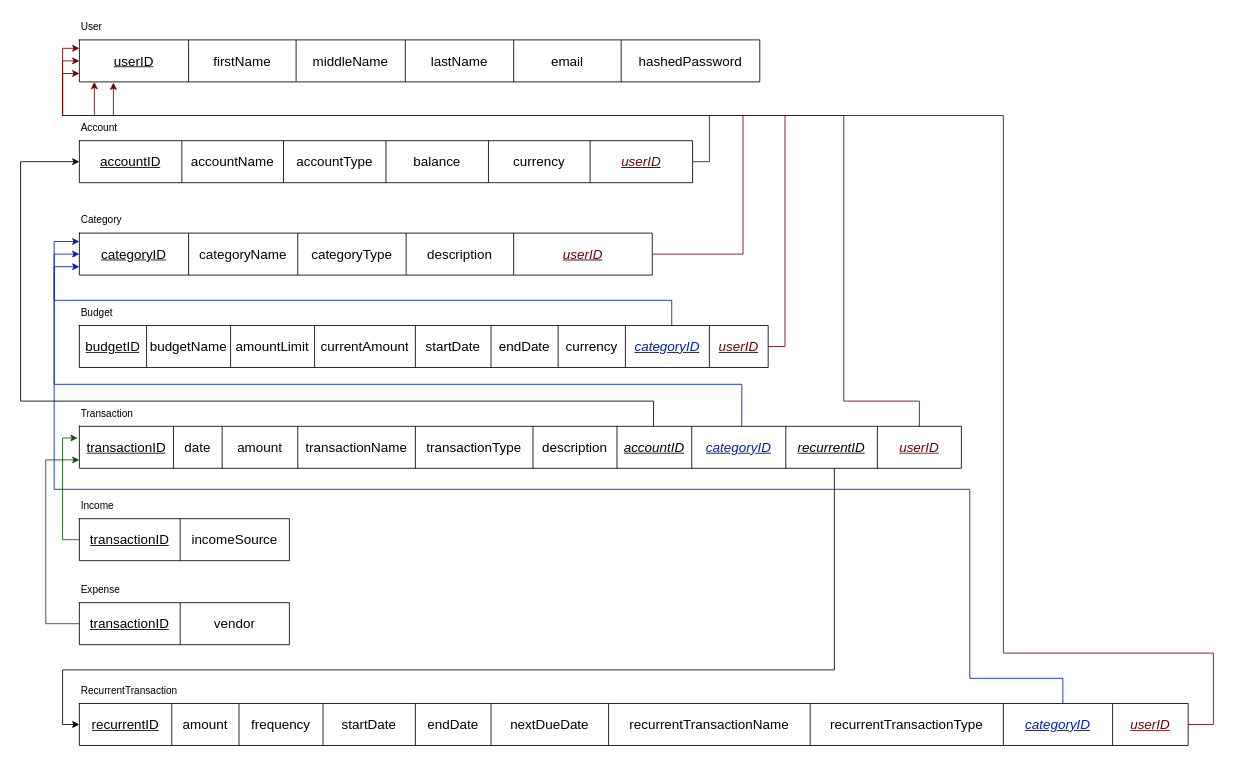
lance-enario/draw-io-diagrams keeps this draw.io diagram as Untitled Diagram.drawio. Above is the earlier version. Source tidied: cells renumbered, new cells numbered last; positions are measured from the earlier drawing's top-left corner, leaving out a move shared by most shapes. Both pictures are drawn from the tidied source at 84%, with x=0, y=0 at pixel (20, 14).
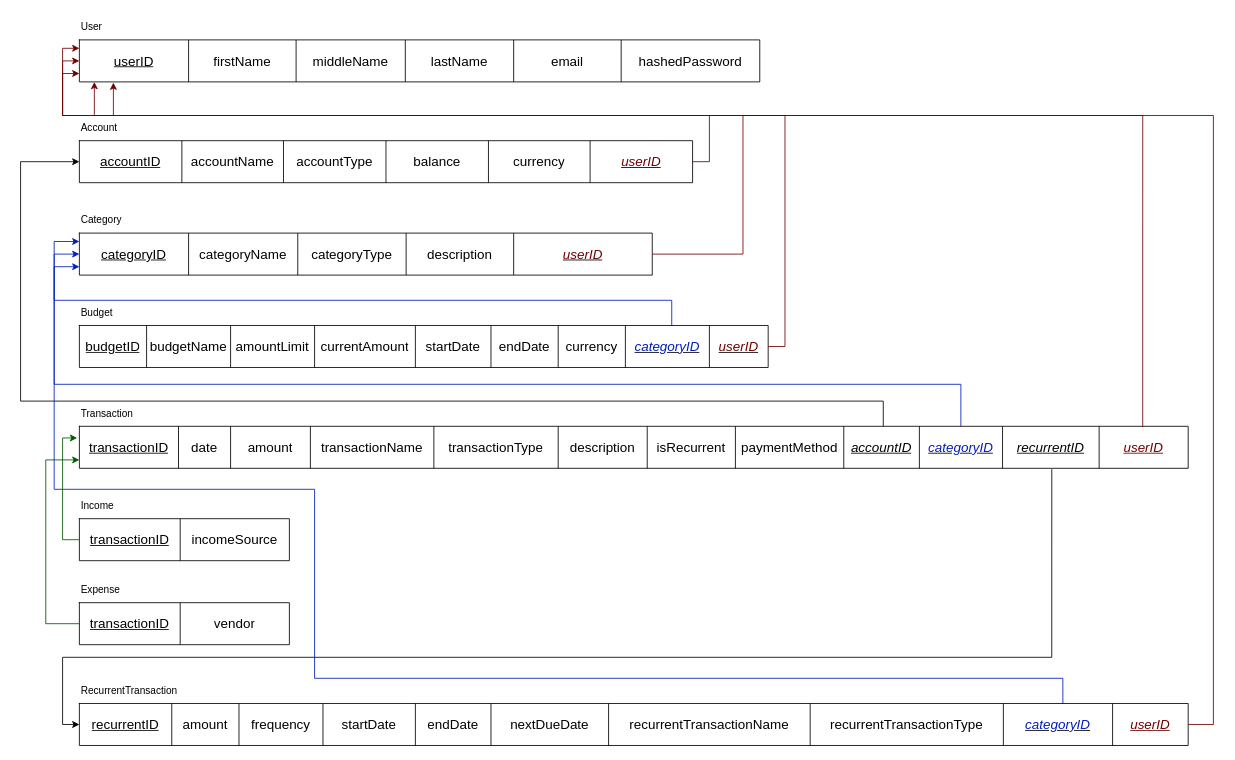
After the change.

The change refers to these unchanged cells:
```xml
<mxCell id="3" style="shape=tableRow;horizontal=0;startSize=0;swimlaneHead=0;swimlaneBody=0;strokeColor=inherit;top=0;left=0;bottom=0;right=0;fillColor=none;points=[[0,0.5],[1,0.5]];portConstraint=eastwest;fontSize=16;" parent="2" vertex="1">
  <mxGeometry width="730" height="50" as="geometry" />
</mxCell>
<mxCell id="11" style="shape=tableRow;horizontal=0;startSize=0;swimlaneHead=0;swimlaneBody=0;strokeColor=inherit;top=0;left=0;bottom=0;right=0;fillColor=none;points=[[0,0.5],[1,0.5]];portConstraint=eastwest;fontSize=16;" parent="10" vertex="1">
  <mxGeometry width="810" height="50" as="geometry" />
</mxCell>
<mxCell id="19" style="shape=tableRow;horizontal=0;startSize=0;swimlaneHead=0;swimlaneBody=0;strokeColor=inherit;top=0;left=0;bottom=0;right=0;fillColor=none;points=[[0,0.5],[1,0.5]];portConstraint=eastwest;fontSize=16;" parent="18" vertex="1">
  <mxGeometry width="682" height="50" as="geometry" />
</mxCell>
<mxCell id="68" style="shape=tableRow;horizontal=0;startSize=0;swimlaneHead=0;swimlaneBody=0;strokeColor=inherit;top=0;left=0;bottom=0;right=0;fillColor=none;points=[[0,0.5],[1,0.5]];portConstraint=eastwest;fontSize=16;" parent="67" vertex="1">
  <mxGeometry width="1320" height="50" as="geometry" />
</mxCell>
```

Diff of the diagram source:
```diff
@@
-    <mxCell id="36" style="edgeStyle=orthogonalEdgeStyle;rounded=0;jettySize=auto;html=1;exitX=0.856;exitY=0.98;exitDx=0;exitDy=0;exitPerimeter=0;" parent="1" edge="1" source="40" target="68">
+    <mxCell id="36" style="edgeStyle=orthogonalEdgeStyle;rounded=0;jettySize=auto;html=1;exitX=0.877;exitY=1.02;exitDx=0;exitDy=0;exitPerimeter=0;" parent="1" edge="1" source="40" target="68">
       <mxGeometry relative="1" as="geometry">
         <Array as="points">
-          <mxPoint x="969" y="780" />
-          <mxPoint x="50" y="780" />
+          <mxPoint x="1228" y="765" />
+          <mxPoint x="50" y="765" />
           <mxPoint x="50" y="845" />
         </Array>
       </mxGeometry>
     </mxCell>
-    <mxCell id="37" style="edgeStyle=orthogonalEdgeStyle;rounded=0;jettySize=auto;html=1;entryX=0;entryY=0.2;entryDx=0;entryDy=0;exitX=0.751;exitY=0.004;exitDx=0;exitDy=0;exitPerimeter=0;entryPerimeter=0;fillColor=#0050ef;strokeColor=#001DBC;" parent="1" edge="1" source="40" target="19">
+    <mxCell id="37" style="edgeStyle=orthogonalEdgeStyle;rounded=0;jettySize=auto;html=1;entryX=0;entryY=0.2;entryDx=0;entryDy=0;exitX=0.795;exitY=0.004;exitDx=0;exitDy=0;exitPerimeter=0;entryPerimeter=0;fillColor=#0050ef;strokeColor=#001DBC;" parent="1" edge="1" source="40" target="19">
       <mxGeometry relative="1" as="geometry">
         <Array as="points">
-          <mxPoint x="859" y="440" />
+          <mxPoint x="1119" y="440" />
           <mxPoint x="40" y="440" />
           <mxPoint x="40" y="270" />
         </Array>
       </mxGeometry>
     </mxCell>
-    <mxCell id="38" style="edgeStyle=orthogonalEdgeStyle;rounded=0;jettySize=auto;html=1;entryX=0;entryY=0.5;entryDx=0;entryDy=0;exitX=0.651;exitY=0.02;exitDx=0;exitDy=0;exitPerimeter=0;" parent="1" edge="1" source="40" target="3">
+    <mxCell id="38" style="edgeStyle=orthogonalEdgeStyle;rounded=0;jettySize=auto;html=1;entryX=0;entryY=0.5;entryDx=0;entryDy=0;exitX=0.725;exitY=0.016;exitDx=0;exitDy=0;exitPerimeter=0;" parent="1" edge="1" source="40" target="3">
       <mxGeometry relative="1" as="geometry">
         <Array as="points">
-          <mxPoint x="754" y="460" />
+          <mxPoint x="1027" y="460" />
           <mxPoint y="460" />
           <mxPoint y="175" />
         </Array>
       </mxGeometry>
     </mxCell>
     <mxCell id="39" style="shape=table;startSize=0;childLayout=tableLayout;fontSize=16;fontStyle=0;" parent="1" vertex="1">
-      <mxGeometry x="70" y="490" width="1050" height="50" as="geometry" />
+      <mxGeometry x="70" y="490" width="1320" height="50" as="geometry" />
     </mxCell>
     <mxCell id="40" style="shape=tableRow;horizontal=0;startSize=0;swimlaneHead=0;swimlaneBody=0;strokeColor=inherit;top=0;left=0;bottom=0;right=0;fillColor=none;points=[[0,0.5],[1,0.5]];portConstraint=eastwest;fontSize=16;" parent="39" vertex="1">
-      <mxGeometry width="1050" height="50" as="geometry" />
+      <mxGeometry width="1320" height="50" as="geometry" />
     </mxCell>
     <mxCell id="41" value="&lt;u&gt;transactionID&lt;/u&gt;" style="shape=partialRectangle;html=1;whiteSpace=wrap;strokeColor=inherit;overflow=hidden;fillColor=none;top=0;left=0;bottom=0;right=0;fontSize=16;" parent="40" vertex="1">
-      <mxGeometry width="112" height="50" as="geometry" />
+      <mxGeometry width="118" height="50" as="geometry" />
     </mxCell>
     <mxCell id="42" value="date" style="shape=partialRectangle;html=1;whiteSpace=wrap;strokeColor=inherit;overflow=hidden;fillColor=none;top=0;left=0;bottom=0;right=0;fontSize=16;" parent="40" vertex="1">
-      <mxGeometry x="112" width="58" height="50" as="geometry" />
+      <mxGeometry x="118" width="62" height="50" as="geometry" />
     </mxCell>
     <mxCell id="43" value="amount" style="shape=partialRectangle;html=1;whiteSpace=wrap;strokeColor=inherit;overflow=hidden;fillColor=none;top=0;left=0;bottom=0;right=0;fontSize=16;" parent="40" vertex="1">
-      <mxGeometry x="170" width="90" height="50" as="geometry" />
+      <mxGeometry x="180" width="95" height="50" as="geometry" />
     </mxCell>
     <mxCell id="44" value="transactionName" style="shape=partialRectangle;html=1;whiteSpace=wrap;strokeColor=inherit;overflow=hidden;fillColor=none;top=0;left=0;bottom=0;right=0;fontSize=16;" parent="40" vertex="1">
-      <mxGeometry x="260" width="140" height="50" as="geometry" />
+      <mxGeometry x="275" width="147" height="50" as="geometry" />
     </mxCell>
     <mxCell id="45" value="transactionType" style="shape=partialRectangle;html=1;whiteSpace=wrap;strokeColor=inherit;overflow=hidden;fillColor=none;top=0;left=0;bottom=0;right=0;fontSize=16;" parent="40" vertex="1">
-      <mxGeometry x="400" width="140" height="50" as="geometry" />
+      <mxGeometry x="422" width="148" height="50" as="geometry" />
     </mxCell>
     <mxCell id="46" value="description" style="shape=partialRectangle;html=1;whiteSpace=wrap;strokeColor=inherit;overflow=hidden;fillColor=none;top=0;left=0;bottom=0;right=0;fontSize=16;" parent="40" vertex="1">
-      <mxGeometry x="540" width="100" height="50" as="geometry" />
+      <mxGeometry x="570" width="106" height="50" as="geometry" />
     </mxCell>
+    <mxCell id="88" value="isRecurrent" style="shape=partialRectangle;html=1;whiteSpace=wrap;strokeColor=inherit;overflow=hidden;fillColor=none;top=0;left=0;bottom=0;right=0;fontSize=16;" parent="40" vertex="1">
+      <mxGeometry x="676" width="105" height="50" as="geometry" />
+    </mxCell>
+    <mxCell id="89" value="paymentMethod" style="shape=partialRectangle;html=1;whiteSpace=wrap;strokeColor=inherit;overflow=hidden;fillColor=none;top=0;left=0;bottom=0;right=0;fontSize=16;" parent="40" vertex="1">
+      <mxGeometry x="781" width="129" height="50" as="geometry" />
+    </mxCell>
     <mxCell id="47" value="&lt;i style=&quot;&quot;&gt;&lt;u style=&quot;&quot;&gt;accountID&lt;/u&gt;&lt;/i&gt;" style="shape=partialRectangle;html=1;whiteSpace=wrap;strokeColor=inherit;overflow=hidden;fillColor=none;top=0;left=0;bottom=0;right=0;fontSize=16;" parent="40" vertex="1">
-      <mxGeometry x="640" width="89" height="50" as="geometry" />
+      <mxGeometry x="910" width="90" height="50" as="geometry" />
     </mxCell>
     <mxCell id="48" value="&lt;i&gt;&lt;u&gt;&lt;font style=&quot;color: rgb(0, 29, 188);&quot;&gt;categoryID&lt;/font&gt;&lt;/u&gt;&lt;/i&gt;" style="shape=partialRectangle;html=1;whiteSpace=wrap;strokeColor=inherit;overflow=hidden;fillColor=none;top=0;left=0;bottom=0;right=0;fontSize=16;" parent="40" vertex="1">
-      <mxGeometry x="729" width="112" height="50" as="geometry" />
+      <mxGeometry x="1000" width="99" height="50" as="geometry" />
     </mxCell>
     <mxCell id="49" value="&lt;u&gt;&lt;i&gt;recurrentID&lt;/i&gt;&lt;/u&gt;" style="shape=partialRectangle;html=1;whiteSpace=wrap;strokeColor=inherit;overflow=hidden;fillColor=none;top=0;left=0;bottom=0;right=0;fontSize=16;" parent="40" vertex="1">
-      <mxGeometry x="841" width="109" height="50" as="geometry" />
+      <mxGeometry x="1099" width="115" height="50" as="geometry" />
     </mxCell>
     <mxCell id="50" value="&lt;span style=&quot;font-family: monospace; font-size: 0px; text-align: start; text-wrap-mode: nowrap;&quot;&gt;&lt;font style=&quot;color: rgb(111, 0, 0);&quot;&gt;&lt;i style=&quot;font-family: Helvetica; font-size: 16px; text-align: center; text-wrap-mode: wrap;&quot;&gt;&lt;u style=&quot;&quot;&gt;userID&lt;/u&gt;&lt;/i&gt;3CmxGraphModel%3E%3Croot%3E%3CmxCell%20id%3D%220%22%2F%3E%3CmxCell%20id%3D%221%22%20parent%3D%220%22%2F%3E%3CmxCell%20id%3D%222%22%20value%3D%22%26lt%3Bi%26gt%3B%26lt%3Bu%26gt%3BuserID%26lt%3B%2Fu%26gt%3B%26lt%3B%2Fi%26gt%3B%22%20style%3D%22shape%3DpartialRectangle%3Bhtml%3D1%3BwhiteSpace%3Dwrap%3Bconnectable%3D0%3BstrokeColor%3Dinherit%3Boverflow%3Dhidden%3BfillColor%3Dnone%3Btop%3D0%3Bleft%3D0%3Bbottom%3D0%3Bright%3D0%3BpointerEvents%3D1%3BfontSize%3D16%3B%22%20vertex%3D%221%22%20parent%3D%221%22%3E%3CmxGeometry%20x%3D%22881%22%20y%3D%22550%22%20width%3D%2279%22%20height%3D%2250%22%20as%3D%22geometry%22%3E%3CmxRectangle%20width%3D%2279%22%20height%3D%2250%22%20as%3D%22alternateBounds%22%2F%3E%3C%2FmxGeometry%3E%3C%2FmxCell%3E%3C%2Froot%3E%3C%2FmxGraphModel%3E&lt;/font&gt;&lt;/span&gt;" style="shape=partialRectangle;html=1;whiteSpace=wrap;strokeColor=inherit;overflow=hidden;fillColor=none;top=0;left=0;bottom=0;right=0;fontSize=16;" parent="40" vertex="1">
-      <mxGeometry x="950" width="100" height="50" as="geometry" />
+      <mxGeometry x="1214" width="106" height="50" as="geometry" />
     </mxCell>
@@
     <mxCell id="66" style="edgeStyle=orthogonalEdgeStyle;rounded=0;jettySize=auto;html=1;entryX=0;entryY=0.5;entryDx=0;entryDy=0;exitX=0.887;exitY=0.012;exitDx=0;exitDy=0;exitPerimeter=0;fillColor=#0050ef;strokeColor=#001DBC;" parent="1" edge="1" source="68" target="19">
       <mxGeometry relative="1" as="geometry">
         <Array as="points">
           <mxPoint x="1241" y="790" />
-          <mxPoint x="1130" y="790" />
-          <mxPoint x="1130" y="565" />
+          <mxPoint x="350" y="790" />
+          <mxPoint x="350" y="565" />
           <mxPoint x="40" y="565" />
           <mxPoint x="40" y="285" />
         </Array>
       </mxGeometry>
     </mxCell>
@@
-    <mxCell id="83" style="edgeStyle=orthogonalEdgeStyle;rounded=0;jettySize=auto;html=1;exitX=0.951;exitY=0;exitDx=0;exitDy=0;entryX=0.022;entryY=1.002;entryDx=0;entryDy=0;entryPerimeter=0;exitPerimeter=0;fillColor=#a20025;strokeColor=#6F0000;" parent="1" edge="1" source="40" target="11">
+    <mxCell id="83" style="edgeStyle=orthogonalEdgeStyle;rounded=0;jettySize=auto;html=1;exitX=0.959;exitY=0.02;exitDx=0;exitDy=0;entryX=0.022;entryY=1.002;entryDx=0;entryDy=0;entryPerimeter=0;exitPerimeter=0;fillColor=#a20025;strokeColor=#6F0000;" parent="1" edge="1" source="40" target="11">
       <mxGeometry relative="1" as="geometry">
         <Array as="points">
-          <mxPoint x="1070" y="490" />
-          <mxPoint x="1070" y="460" />
-          <mxPoint x="980" y="460" />
-          <mxPoint x="980" y="120" />
+          <mxPoint x="1336" y="120" />
           <mxPoint x="88" y="120" />
         </Array>
       </mxGeometry>
     </mxCell>
     <mxCell id="84" style="edgeStyle=orthogonalEdgeStyle;rounded=0;jettySize=auto;html=1;entryX=0.05;entryY=1.017;entryDx=0;entryDy=0;entryPerimeter=0;exitX=1;exitY=0.5;exitDx=0;exitDy=0;fillColor=#a20025;strokeColor=#6F0000;" parent="1" edge="1" source="68" target="11">
       <mxGeometry relative="1" as="geometry">
         <Array as="points">
           <mxPoint x="1420" y="845" />
-          <mxPoint x="1420" y="760" />
-          <mxPoint x="1170" y="760" />
-          <mxPoint x="1170" y="120" />
+          <mxPoint x="1420" y="120" />
           <mxPoint x="111" y="120" />
         </Array>
       </mxGeometry>
     </mxCell>
```
